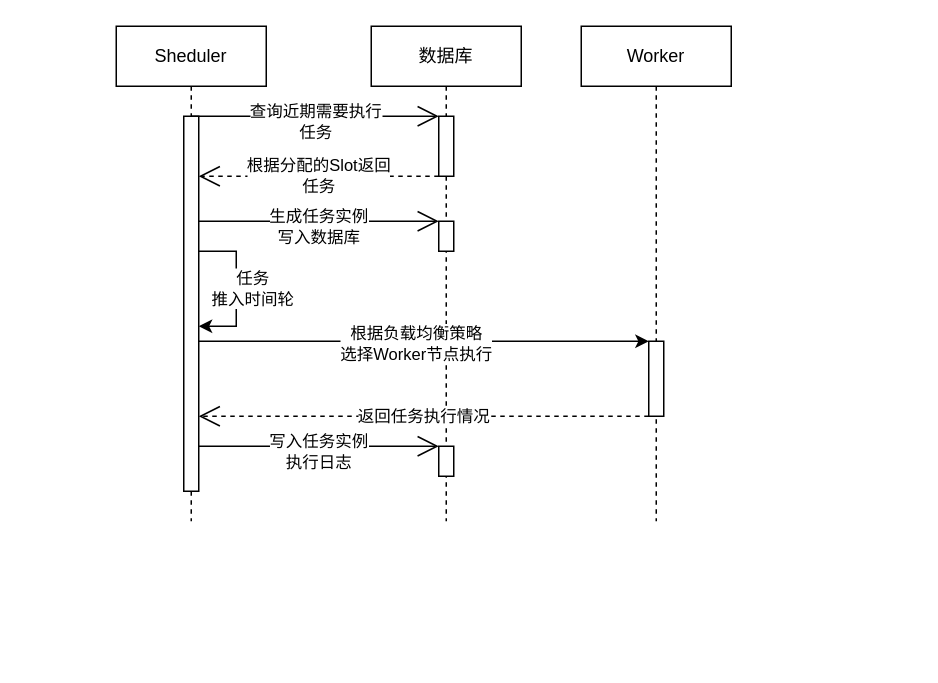
Before: page "第 2 页" (2 of 2) of 任务执行活动图.drawio in baimu7/homework, a draw.io diagram. Source tidied: cells renumbered, new cells numbered last; positions are measured from the earlier drawing's top-left corner, leaving out a move shared by most shapes. Both pictures are drawn from the tidied source at 150%, with x=0, y=0 at pixel (116, 26).
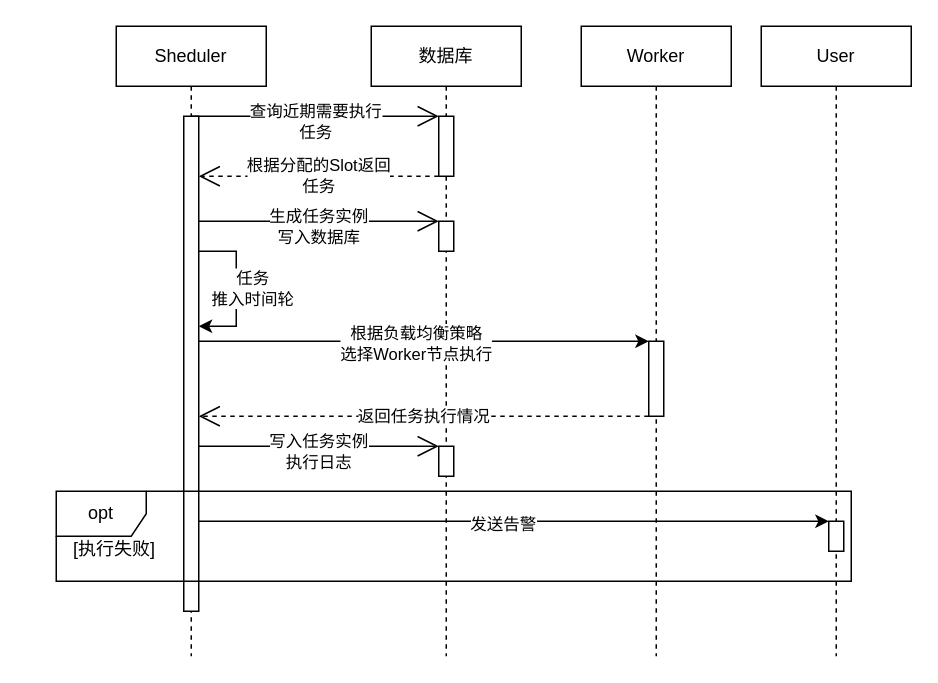
The same page after the edit.

Commit message:
更新任务执行活动图.drawio

What changed in the source:
```diff
@@
     <mxCell id="2" value="Sheduler" style="shape=umlLifeline;perimeter=lifelinePerimeter;whiteSpace=wrap;html=1;newEdgeStyle={&quot;edgeStyle&quot;:&quot;elbowEdgeStyle&quot;,&quot;elbow&quot;:&quot;vertical&quot;,&quot;curved&quot;:0,&quot;rounded&quot;:0};" parent="1" vertex="1">
-      <mxGeometry width="100" height="330" as="geometry" />
+      <mxGeometry width="100" height="420" as="geometry" />
     </mxCell>
     <mxCell id="3" style="html=1;points=[[0,0,0,0,5],[0,1,0,0,-5],[1,0,0,0,5],[1,1,0,0,-5]];perimeter=orthogonalPerimeter;outlineConnect=0;targetShapes=umlLifeline;portConstraint=eastwest;newEdgeStyle={&quot;curved&quot;:0,&quot;rounded&quot;:0};" parent="2" vertex="1">
-      <mxGeometry x="45" y="60" width="10" height="250" as="geometry" />
+      <mxGeometry x="45" y="60" width="10" height="330" as="geometry" />
     </mxCell>
@@
     <mxCell id="6" value="数据库" style="shape=umlLifeline;perimeter=lifelinePerimeter;whiteSpace=wrap;html=1;newEdgeStyle={&quot;edgeStyle&quot;:&quot;elbowEdgeStyle&quot;,&quot;elbow&quot;:&quot;vertical&quot;,&quot;curved&quot;:0,&quot;rounded&quot;:0};" parent="1" vertex="1">
-      <mxGeometry x="170" width="100" height="330" as="geometry" />
+      <mxGeometry x="170" width="100" height="420" as="geometry" />
     </mxCell>
@@
     <mxCell id="10" value="Worker" style="shape=umlLifeline;perimeter=lifelinePerimeter;whiteSpace=wrap;html=1;newEdgeStyle={&quot;edgeStyle&quot;:&quot;elbowEdgeStyle&quot;,&quot;elbow&quot;:&quot;vertical&quot;,&quot;curved&quot;:0,&quot;rounded&quot;:0};" parent="1" vertex="1">
-      <mxGeometry x="310" width="100" height="330" as="geometry" />
+      <mxGeometry x="310" width="100" height="420" as="geometry" />
     </mxCell>
@@
+    <mxCell id="22" value="User" style="shape=umlLifeline;perimeter=lifelinePerimeter;whiteSpace=wrap;html=1;newEdgeStyle={&quot;edgeStyle&quot;:&quot;elbowEdgeStyle&quot;,&quot;elbow&quot;:&quot;vertical&quot;,&quot;curved&quot;:0,&quot;rounded&quot;:0};" parent="1" vertex="1">
+      <mxGeometry x="430" width="100" height="420" as="geometry" />
+    </mxCell>
+    <mxCell id="23" style="html=1;perimeter=orthogonalPerimeter;targetShapes=umlLifeline;newEdgeStyle={&quot;curved&quot;:0,&quot;rounded&quot;:0};" parent="22" vertex="1">
+      <mxGeometry x="45" y="330" width="10" height="20" as="geometry" />
+    </mxCell>
+    <mxCell id="24" style="group;" parent="1" vertex="1">
+      <mxGeometry x="-40" y="310" width="530" height="60" as="geometry" />
+    </mxCell>
+    <mxCell id="25" value="opt" style="shape=umlFrame;whiteSpace=wrap;html=1;" parent="24" vertex="1">
+      <mxGeometry width="530" height="60" as="geometry" />
+    </mxCell>
+    <mxCell id="26" value="[执行失败]" style="text;html=1;align=center;verticalAlign=middle;whiteSpace=wrap;rounded=0;" parent="24" vertex="1">
+      <mxGeometry x="-20" y="25.7" width="117.8" height="25.7" as="geometry" />
+    </mxCell>
+    <mxCell id="27" style="endArrow=classic;html=1;rounded=0;" parent="24" edge="1">
+      <mxGeometry relative="1" as="geometry">
+        <mxPoint x="95" y="20" as="sourcePoint" />
+        <mxPoint x="515" y="20" as="targetPoint" />
+        <Array as="points">
+          <mxPoint x="232.8" y="20" />
+        </Array>
+      </mxGeometry>
+    </mxCell>
+    <mxCell id="28" value="发送告警" style="edgeLabel;html=1;align=center;verticalAlign=middle;" parent="27" vertex="1">
+      <mxGeometry x="-0.04" y="-1" relative="1" as="geometry" />
+    </mxCell>
```
